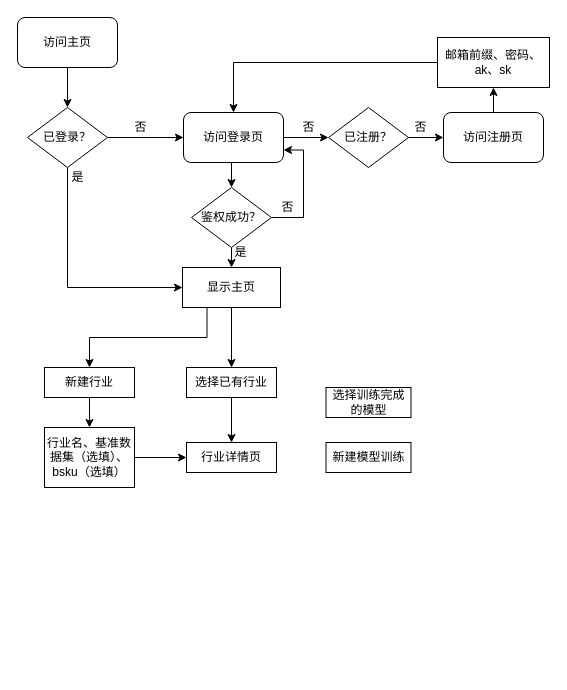
Before: Untitled Diagram.drawio in cultivater/hello-world, a draw.io diagram. Source tidied: cells renumbered, new cells numbered last; positions are measured from the earlier drawing's top-left corner, leaving out a move shared by most shapes. Both pictures are drawn from the tidied source at 100%, with x=0, y=0 at pixel (17, 17).
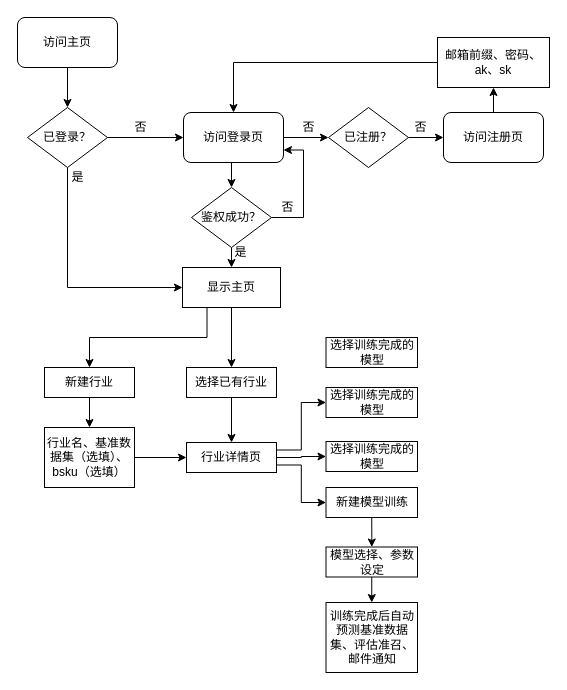
Above is the later version.

The change refers to these unchanged cells:
```xml
<mxCell id="34" value="行业详情页" style="rounded=0;whiteSpace=wrap;html=1;" parent="1" vertex="1">
  <mxGeometry x="169" y="425" width="90" height="30" as="geometry" />
</mxCell>
```

Diff of the diagram source:
```diff
@@
+    <mxCell id="37" style="edgeStyle=orthogonalEdgeStyle;rounded=0;jettySize=auto;html=1;exitX=1;exitY=0.75;exitDx=0;exitDy=0;entryX=0;entryY=0.5;entryDx=0;entryDy=0;" parent="1" edge="1" source="34" target="36">
+      <mxGeometry relative="1" as="geometry" />
+    </mxCell>
+    <mxCell id="38" style="edgeStyle=orthogonalEdgeStyle;rounded=0;jettySize=auto;html=1;exitX=1;exitY=0.25;exitDx=0;exitDy=0;entryX=0;entryY=0.5;entryDx=0;entryDy=0;" parent="1" edge="1" source="34" target="35">
+      <mxGeometry relative="1" as="geometry" />
+    </mxCell>
+    <mxCell id="39" style="edgeStyle=orthogonalEdgeStyle;rounded=0;jettySize=auto;html=1;exitX=1;exitY=0.5;exitDx=0;exitDy=0;entryX=0;entryY=0.5;entryDx=0;entryDy=0;" parent="1" edge="1" source="34" target="45">
+      <mxGeometry relative="1" as="geometry" />
+    </mxCell>
@@
     <mxCell id="35" value="选择训练完成的模型" style="rounded=0;whiteSpace=wrap;html=1;" parent="1" vertex="1">
-      <mxGeometry x="308.5" y="370" width="85" height="30" as="geometry" />
+      <mxGeometry x="308.5" y="370" width="91.5" height="30" as="geometry" />
     </mxCell>
+    <mxCell id="40" style="edgeStyle=orthogonalEdgeStyle;rounded=0;jettySize=auto;html=1;exitX=0.5;exitY=1;exitDx=0;exitDy=0;" parent="1" edge="1" source="36" target="42">
+      <mxGeometry relative="1" as="geometry" />
+    </mxCell>
     <mxCell id="36" value="新建模型训练" style="rounded=0;whiteSpace=wrap;html=1;" parent="1" vertex="1">
-      <mxGeometry x="308.5" y="425" width="85" height="30" as="geometry" />
+      <mxGeometry x="308.5" y="470" width="91.5" height="30" as="geometry" />
     </mxCell>
+    <mxCell id="41" style="edgeStyle=orthogonalEdgeStyle;rounded=0;jettySize=auto;html=1;exitX=0.5;exitY=1;exitDx=0;exitDy=0;entryX=0.5;entryY=0;entryDx=0;entryDy=0;" parent="1" edge="1" source="42" target="43">
+      <mxGeometry relative="1" as="geometry" />
+    </mxCell>
+    <mxCell id="42" value="模型选择、参数设定" style="rounded=0;whiteSpace=wrap;html=1;" parent="1" vertex="1">
+      <mxGeometry x="308.5" y="529.5" width="91.5" height="30" as="geometry" />
+    </mxCell>
+    <mxCell id="43" value="训练完成后自动预测基准数据集、评估准召、邮件通知" style="rounded=0;whiteSpace=wrap;html=1;" parent="1" vertex="1">
+      <mxGeometry x="308.5" y="585" width="91.5" height="70" as="geometry" />
+    </mxCell>
+    <mxCell id="44" value="选择训练完成的模型" style="rounded=0;whiteSpace=wrap;html=1;" parent="1" vertex="1">
+      <mxGeometry x="308.5" y="320" width="91.5" height="30" as="geometry" />
+    </mxCell>
+    <mxCell id="45" value="选择训练完成的模型" style="rounded=0;whiteSpace=wrap;html=1;" parent="1" vertex="1">
+      <mxGeometry x="308.5" y="424" width="91.5" height="30" as="geometry" />
+    </mxCell>
```
